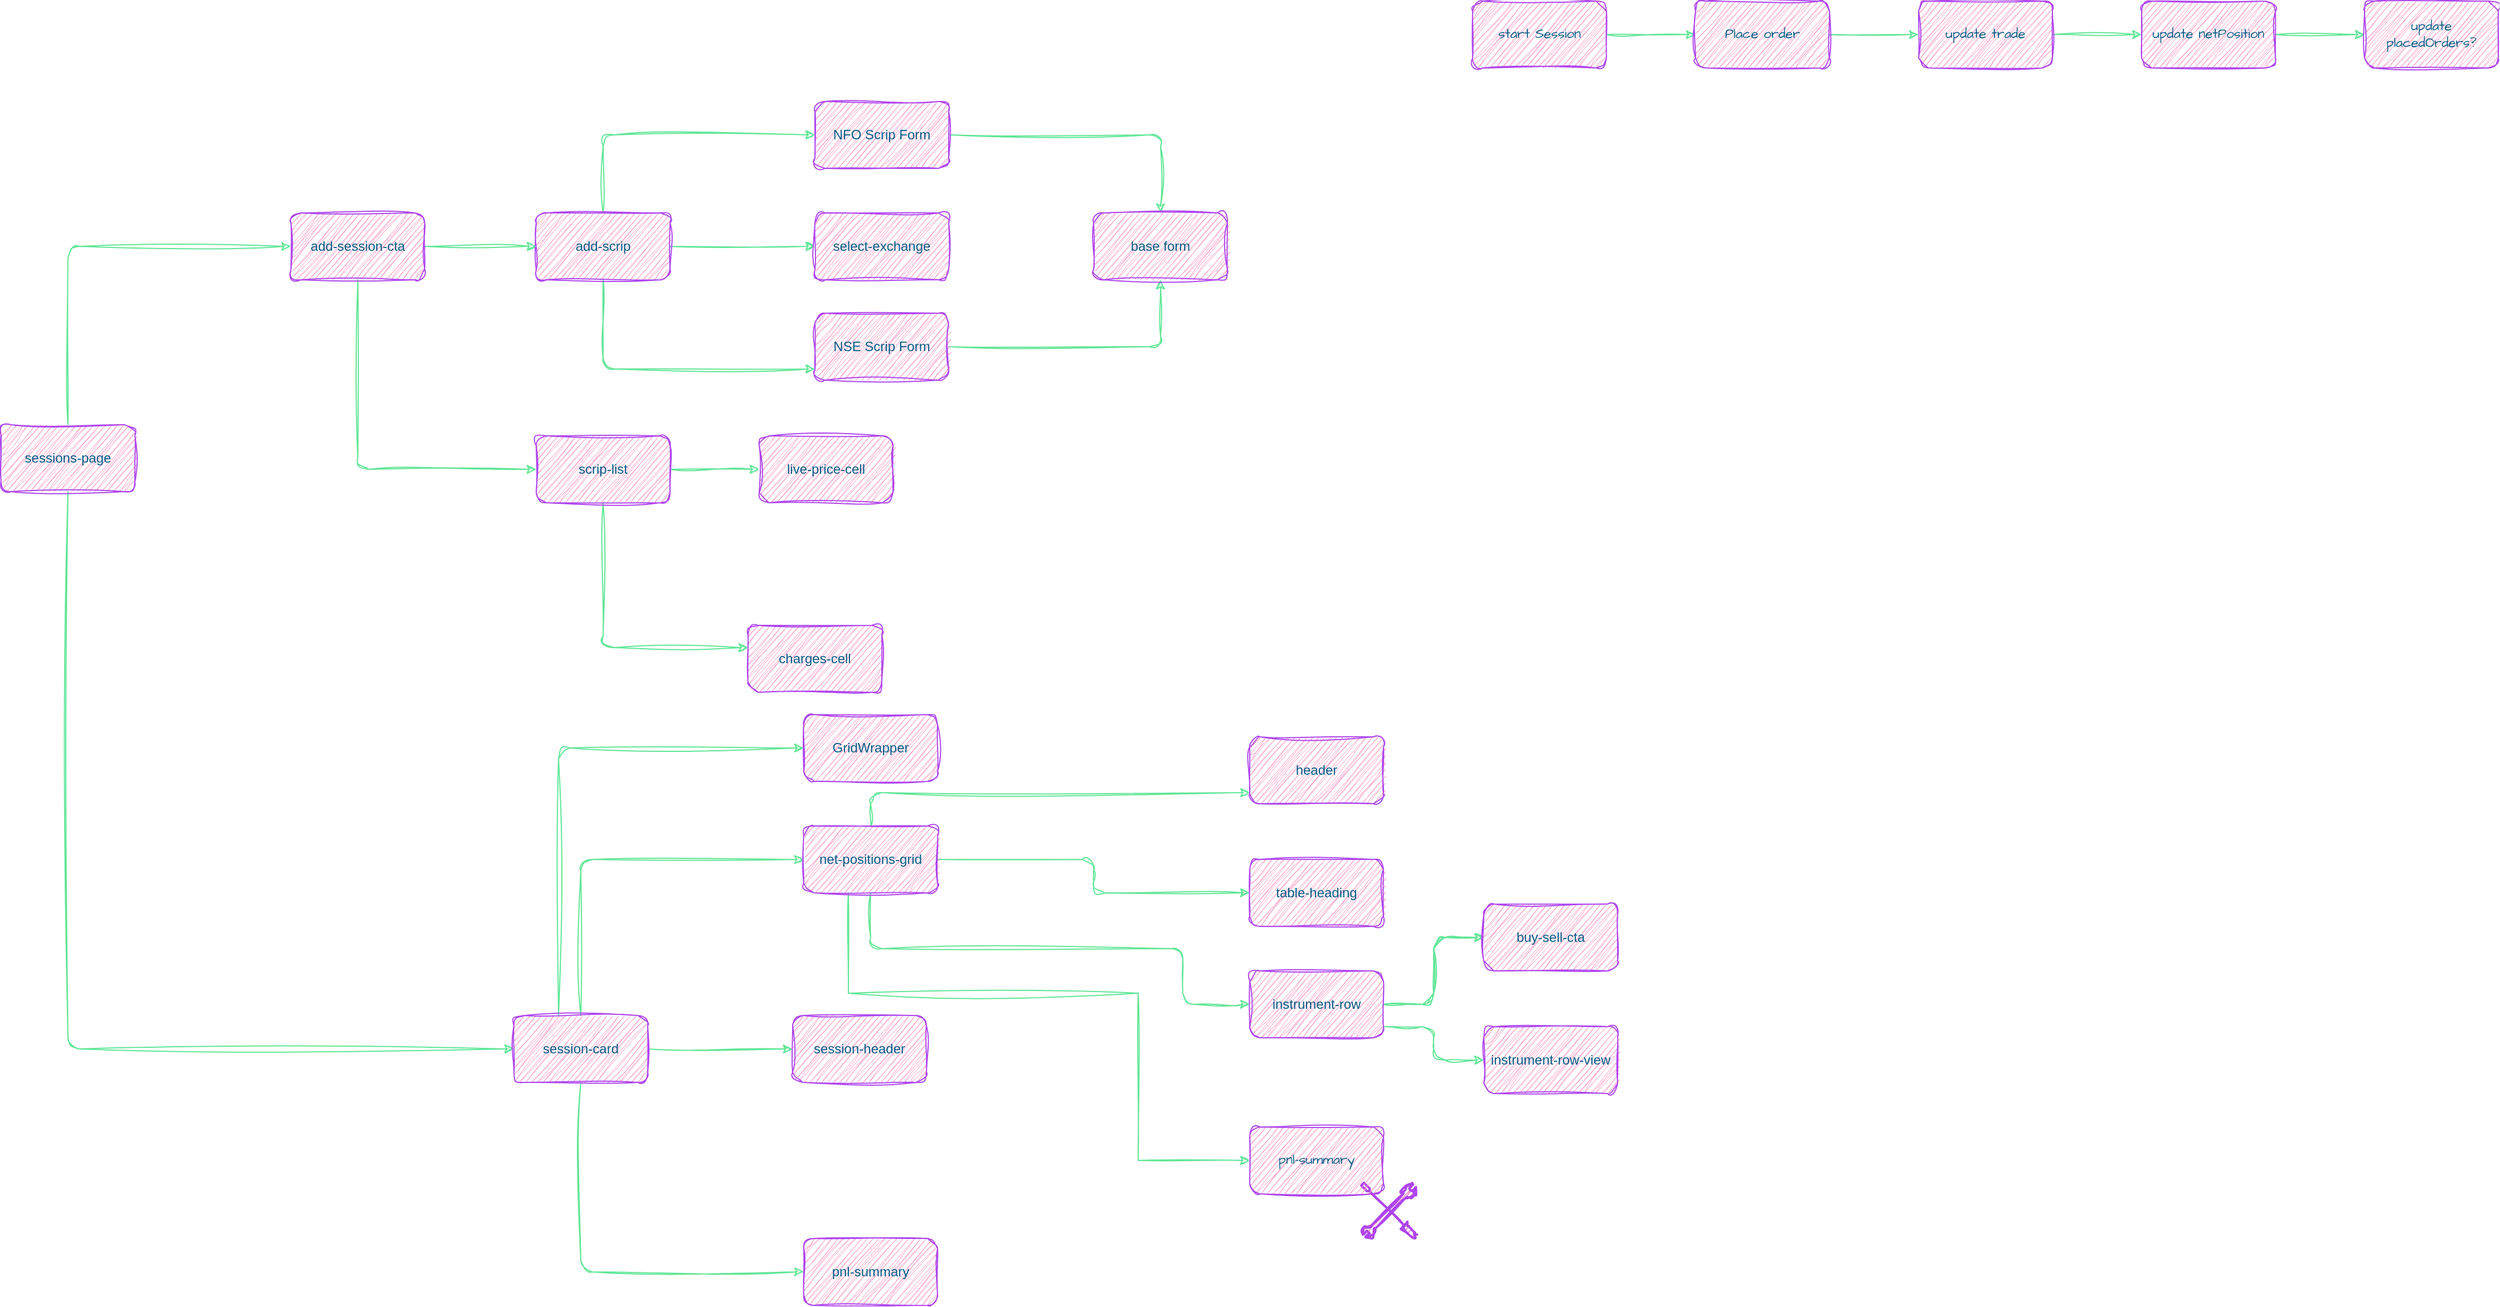
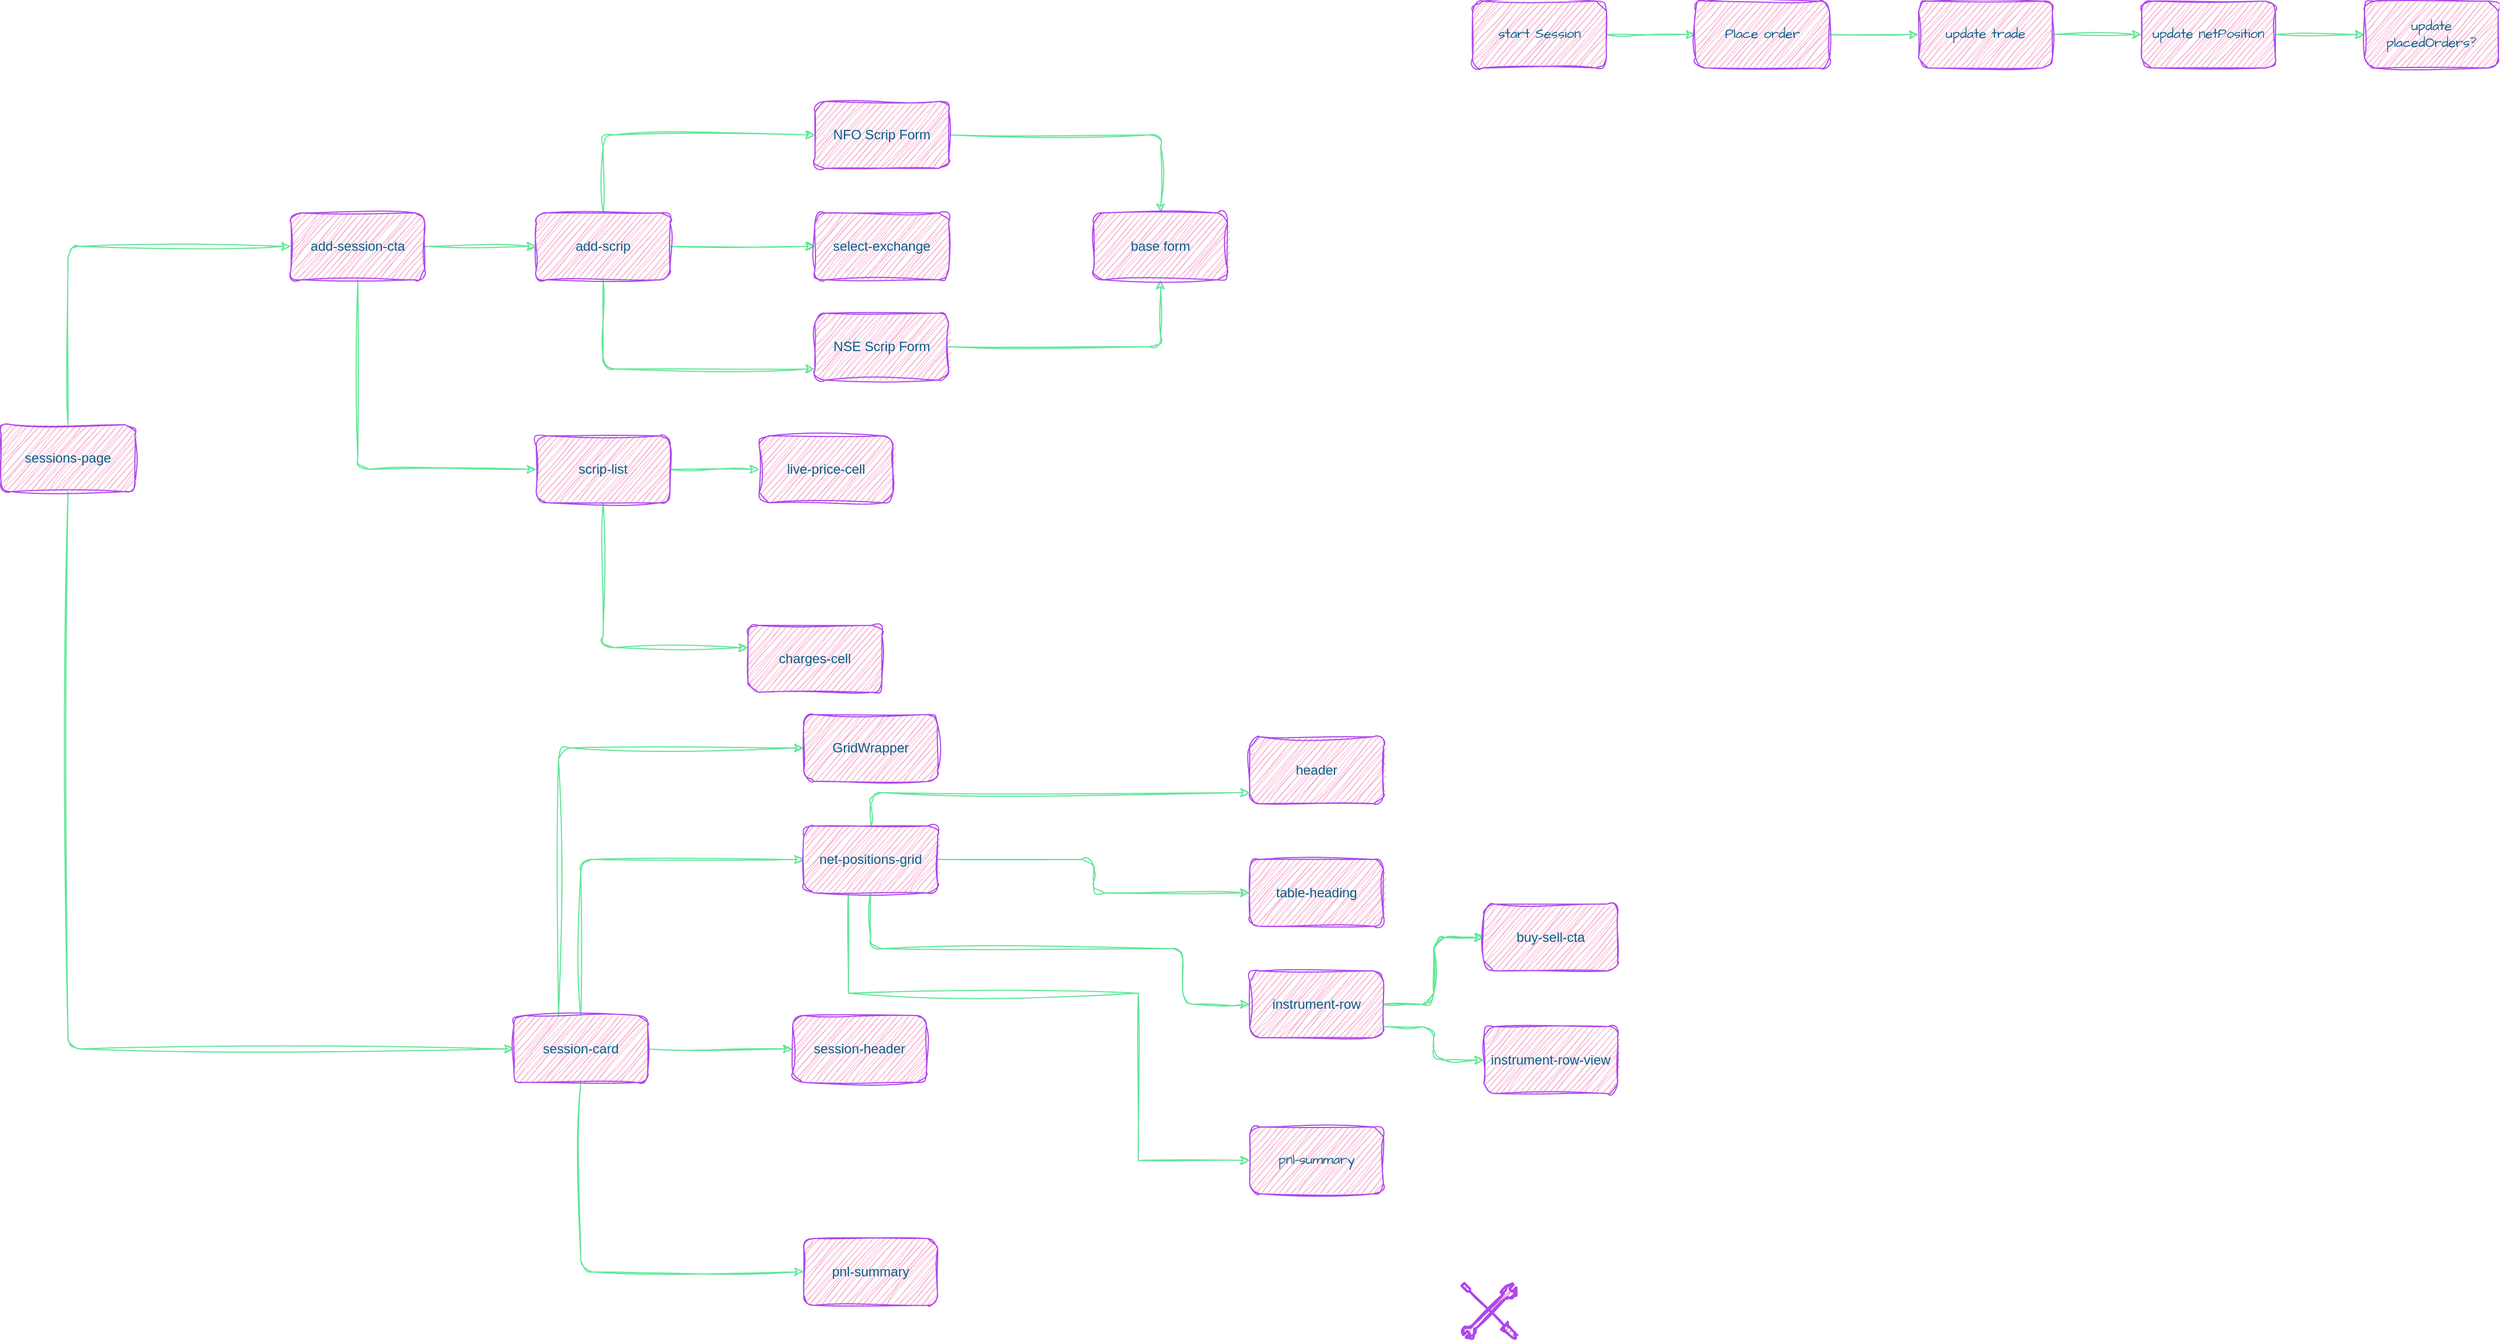
<mxfile host="app.diagrams.net" pages="5">
  <diagram id="wPQbEJP3DVO_ncDqMHqx" name="Sessions Page">
-     <mxGraphModel dx="1757" dy="1026" grid="1" gridSize="10" guides="1" tooltips="1" connect="1" arrows="1" fold="1" page="0" pageScale="1" pageWidth="402" pageHeight="874" math="0" shadow="0">
+     <mxGraphModel dx="2395" dy="1443" grid="1" gridSize="10" guides="1" tooltips="1" connect="1" arrows="1" fold="1" page="0" pageScale="1" pageWidth="402" pageHeight="874" math="0" shadow="0">
      <root>
        <mxCell id="0" />
        <mxCell id="1" parent="0" />
        <mxCell id="DB1AKVm6qyutKQlFYAWD-6" edge="1" parent="1" source="DB1AKVm6qyutKQlFYAWD-1" style="edgeStyle=orthogonalEdgeStyle;rounded=1;orthogonalLoop=1;jettySize=auto;html=1;sketch=1;curveFitting=1;jiggle=2;labelBackgroundColor=none;fontColor=default;strokeColor=#60E696;" target="DB1AKVm6qyutKQlFYAWD-5" value="">
          <mxGeometry relative="1" as="geometry" />
        </mxCell>
        <mxCell id="DB1AKVm6qyutKQlFYAWD-8" edge="1" parent="1" source="DB1AKVm6qyutKQlFYAWD-1" style="edgeStyle=orthogonalEdgeStyle;rounded=1;orthogonalLoop=1;jettySize=auto;html=1;sketch=1;curveFitting=1;jiggle=2;labelBackgroundColor=none;fontColor=default;strokeColor=#60E696;" target="DB1AKVm6qyutKQlFYAWD-7" value="">
          <mxGeometry relative="1" as="geometry">
            <Array as="points">
              <mxPoint x="120" y="270" />
            </Array>
          </mxGeometry>
        </mxCell>
        <mxCell id="DB1AKVm6qyutKQlFYAWD-10" edge="1" parent="1" source="DB1AKVm6qyutKQlFYAWD-1" style="edgeStyle=orthogonalEdgeStyle;rounded=1;orthogonalLoop=1;jettySize=auto;html=1;sketch=1;curveFitting=1;jiggle=2;labelBackgroundColor=none;fontColor=default;strokeColor=#60E696;" target="DB1AKVm6qyutKQlFYAWD-9" value="">
          <mxGeometry relative="1" as="geometry">
            <Array as="points">
              <mxPoint x="120" y="60" />
            </Array>
          </mxGeometry>
        </mxCell>
        <mxCell id="DB1AKVm6qyutKQlFYAWD-1" parent="1" style="rounded=1;whiteSpace=wrap;html=1;sketch=1;curveFitting=1;jiggle=2;labelBackgroundColor=none;fillColor=#F694C1;strokeColor=#AF45ED;fontColor=#095C86;" value="add-scrip" vertex="1">
          <mxGeometry height="60" width="120" x="60" y="130" as="geometry" />
        </mxCell>
        <mxCell id="DB1AKVm6qyutKQlFYAWD-4" edge="1" parent="1" source="DB1AKVm6qyutKQlFYAWD-3" style="edgeStyle=orthogonalEdgeStyle;rounded=1;orthogonalLoop=1;jettySize=auto;html=1;sketch=1;curveFitting=1;jiggle=2;labelBackgroundColor=none;fontColor=default;strokeColor=#60E696;" target="DB1AKVm6qyutKQlFYAWD-1" value="">
          <mxGeometry relative="1" as="geometry" />
        </mxCell>
        <mxCell id="DB1AKVm6qyutKQlFYAWD-12" edge="1" parent="1" source="DB1AKVm6qyutKQlFYAWD-3" style="edgeStyle=orthogonalEdgeStyle;rounded=1;orthogonalLoop=1;jettySize=auto;html=1;sketch=1;curveFitting=1;jiggle=2;labelBackgroundColor=none;fontColor=default;strokeColor=#60E696;" target="DB1AKVm6qyutKQlFYAWD-11" value="">
          <mxGeometry relative="1" as="geometry">
            <Array as="points">
              <mxPoint x="-100" y="360" />
            </Array>
          </mxGeometry>
        </mxCell>
        <mxCell id="DB1AKVm6qyutKQlFYAWD-3" parent="1" style="rounded=1;whiteSpace=wrap;html=1;sketch=1;curveFitting=1;jiggle=2;labelBackgroundColor=none;fillColor=#F694C1;strokeColor=#AF45ED;fontColor=#095C86;" value="add-session-cta" vertex="1">
          <mxGeometry height="60" width="120" x="-160" y="130" as="geometry" />
        </mxCell>
        <mxCell id="DB1AKVm6qyutKQlFYAWD-5" parent="1" style="whiteSpace=wrap;html=1;rounded=1;sketch=1;curveFitting=1;jiggle=2;labelBackgroundColor=none;fillColor=#F694C1;strokeColor=#AF45ED;fontColor=#095C86;" value="select-exchange" vertex="1">
          <mxGeometry height="60" width="120" x="310" y="130" as="geometry" />
        </mxCell>
        <mxCell id="ouMAoqMrmdJ_XqpmxOQB-3" edge="1" parent="1" source="DB1AKVm6qyutKQlFYAWD-7" style="edgeStyle=orthogonalEdgeStyle;rounded=1;sketch=1;hachureGap=4;jiggle=2;curveFitting=1;orthogonalLoop=1;jettySize=auto;html=1;fontFamily=Architects Daughter;fontSource=https%3A%2F%2Ffonts.googleapis.com%2Fcss%3Ffamily%3DArchitects%2BDaughter;labelBackgroundColor=none;fontColor=default;strokeColor=#60E696;" target="ouMAoqMrmdJ_XqpmxOQB-1">
          <mxGeometry relative="1" as="geometry" />
        </mxCell>
        <mxCell id="DB1AKVm6qyutKQlFYAWD-7" parent="1" style="whiteSpace=wrap;html=1;rounded=1;sketch=1;curveFitting=1;jiggle=2;labelBackgroundColor=none;fillColor=#F694C1;strokeColor=#AF45ED;fontColor=#095C86;" value="NSE Scrip Form" vertex="1">
          <mxGeometry height="60" width="120" x="310" y="220" as="geometry" />
        </mxCell>
        <mxCell id="ouMAoqMrmdJ_XqpmxOQB-2" edge="1" parent="1" source="DB1AKVm6qyutKQlFYAWD-9" style="edgeStyle=orthogonalEdgeStyle;rounded=1;sketch=1;hachureGap=4;jiggle=2;curveFitting=1;orthogonalLoop=1;jettySize=auto;html=1;fontFamily=Architects Daughter;fontSource=https%3A%2F%2Ffonts.googleapis.com%2Fcss%3Ffamily%3DArchitects%2BDaughter;labelBackgroundColor=none;fontColor=default;strokeColor=#60E696;" target="ouMAoqMrmdJ_XqpmxOQB-1" value="">
          <mxGeometry relative="1" as="geometry" />
        </mxCell>
        <mxCell id="DB1AKVm6qyutKQlFYAWD-9" parent="1" style="whiteSpace=wrap;html=1;rounded=1;sketch=1;curveFitting=1;jiggle=2;labelBackgroundColor=none;fillColor=#F694C1;strokeColor=#AF45ED;fontColor=#095C86;" value="NFO Scrip Form" vertex="1">
          <mxGeometry height="60" width="120" x="310" y="30" as="geometry" />
        </mxCell>
        <mxCell id="ouMAoqMrmdJ_XqpmxOQB-15" edge="1" parent="1" source="DB1AKVm6qyutKQlFYAWD-11" style="edgeStyle=orthogonalEdgeStyle;rounded=1;sketch=1;hachureGap=4;jiggle=2;curveFitting=1;orthogonalLoop=1;jettySize=auto;html=1;fontFamily=Architects Daughter;fontSource=https%3A%2F%2Ffonts.googleapis.com%2Fcss%3Ffamily%3DArchitects%2BDaughter;labelBackgroundColor=none;fontColor=default;strokeColor=#60E696;" target="ouMAoqMrmdJ_XqpmxOQB-14" value="">
          <mxGeometry relative="1" as="geometry" />
        </mxCell>
        <mxCell id="ouMAoqMrmdJ_XqpmxOQB-17" edge="1" parent="1" source="DB1AKVm6qyutKQlFYAWD-11" style="edgeStyle=orthogonalEdgeStyle;rounded=1;sketch=1;hachureGap=4;jiggle=2;curveFitting=1;orthogonalLoop=1;jettySize=auto;html=1;fontFamily=Architects Daughter;fontSource=https%3A%2F%2Ffonts.googleapis.com%2Fcss%3Ffamily%3DArchitects%2BDaughter;labelBackgroundColor=none;fontColor=default;strokeColor=#60E696;" target="ouMAoqMrmdJ_XqpmxOQB-16" value="">
          <mxGeometry relative="1" as="geometry">
            <Array as="points">
              <mxPoint x="120" y="520" />
            </Array>
          </mxGeometry>
        </mxCell>
        <mxCell id="DB1AKVm6qyutKQlFYAWD-11" parent="1" style="whiteSpace=wrap;html=1;rounded=1;sketch=1;curveFitting=1;jiggle=2;labelBackgroundColor=none;fillColor=#F694C1;strokeColor=#AF45ED;fontColor=#095C86;" value="scrip-list" vertex="1">
          <mxGeometry height="60" width="120" x="60" y="330" as="geometry" />
        </mxCell>
        <mxCell id="DB1AKVm6qyutKQlFYAWD-15" edge="1" parent="1" source="DB1AKVm6qyutKQlFYAWD-14" style="edgeStyle=orthogonalEdgeStyle;rounded=1;sketch=1;hachureGap=4;jiggle=2;curveFitting=1;orthogonalLoop=1;jettySize=auto;html=1;entryX=0;entryY=0.5;entryDx=0;entryDy=0;fontFamily=Architects Daughter;fontSource=https%3A%2F%2Ffonts.googleapis.com%2Fcss%3Ffamily%3DArchitects%2BDaughter;fontColor=default;labelBackgroundColor=none;strokeColor=#60E696;" target="DB1AKVm6qyutKQlFYAWD-3">
          <mxGeometry relative="1" as="geometry">
            <Array as="points">
              <mxPoint x="-360" y="160" />
            </Array>
          </mxGeometry>
        </mxCell>
        <mxCell id="ouMAoqMrmdJ_XqpmxOQB-28" edge="1" parent="1" source="DB1AKVm6qyutKQlFYAWD-14" style="edgeStyle=orthogonalEdgeStyle;rounded=1;sketch=1;hachureGap=4;jiggle=2;curveFitting=1;orthogonalLoop=1;jettySize=auto;html=1;entryX=0;entryY=0.5;entryDx=0;entryDy=0;fontFamily=Architects Daughter;fontSource=https%3A%2F%2Ffonts.googleapis.com%2Fcss%3Ffamily%3DArchitects%2BDaughter;labelBackgroundColor=none;fontColor=default;strokeColor=#60E696;" target="ouMAoqMrmdJ_XqpmxOQB-19">
          <mxGeometry relative="1" as="geometry">
            <Array as="points">
              <mxPoint x="-360" y="880" />
            </Array>
          </mxGeometry>
        </mxCell>
        <mxCell id="DB1AKVm6qyutKQlFYAWD-14" parent="1" style="rounded=1;whiteSpace=wrap;html=1;sketch=1;curveFitting=1;jiggle=2;labelBackgroundColor=none;fillColor=#F694C1;strokeColor=#AF45ED;fontColor=#095C86;" value="sessions-page" vertex="1">
          <mxGeometry height="60" width="120" x="-420" y="320" as="geometry" />
        </mxCell>
        <mxCell id="ouMAoqMrmdJ_XqpmxOQB-1" parent="1" style="whiteSpace=wrap;html=1;rounded=1;sketch=1;curveFitting=1;jiggle=2;labelBackgroundColor=none;fillColor=#F694C1;strokeColor=#AF45ED;fontColor=#095C86;" value="base form" vertex="1">
          <mxGeometry height="60" width="120" x="560" y="130" as="geometry" />
        </mxCell>
        <mxCell id="ouMAoqMrmdJ_XqpmxOQB-6" edge="1" parent="1" source="ouMAoqMrmdJ_XqpmxOQB-4" style="edgeStyle=orthogonalEdgeStyle;rounded=1;sketch=1;hachureGap=4;jiggle=2;curveFitting=1;orthogonalLoop=1;jettySize=auto;html=1;fontFamily=Architects Daughter;fontSource=https%3A%2F%2Ffonts.googleapis.com%2Fcss%3Ffamily%3DArchitects%2BDaughter;labelBackgroundColor=none;fontColor=default;strokeColor=#60E696;" target="ouMAoqMrmdJ_XqpmxOQB-5" value="">
          <mxGeometry relative="1" as="geometry" />
        </mxCell>
        <mxCell id="ouMAoqMrmdJ_XqpmxOQB-4" parent="1" style="whiteSpace=wrap;html=1;sketch=1;hachureGap=4;jiggle=2;curveFitting=1;fontFamily=Architects Daughter;fontSource=https%3A%2F%2Ffonts.googleapis.com%2Fcss%3Ffamily%3DArchitects%2BDaughter;labelBackgroundColor=none;rounded=1;fillColor=#F694C1;strokeColor=#AF45ED;fontColor=#095C86;" value="start Session" vertex="1">
          <mxGeometry height="60" width="120" x="900" y="-60" as="geometry" />
        </mxCell>
        <mxCell id="ouMAoqMrmdJ_XqpmxOQB-8" edge="1" parent="1" source="ouMAoqMrmdJ_XqpmxOQB-5" style="edgeStyle=orthogonalEdgeStyle;rounded=1;sketch=1;hachureGap=4;jiggle=2;curveFitting=1;orthogonalLoop=1;jettySize=auto;html=1;fontFamily=Architects Daughter;fontSource=https%3A%2F%2Ffonts.googleapis.com%2Fcss%3Ffamily%3DArchitects%2BDaughter;labelBackgroundColor=none;fontColor=default;strokeColor=#60E696;" target="ouMAoqMrmdJ_XqpmxOQB-7" value="">
          <mxGeometry relative="1" as="geometry" />
        </mxCell>
        <mxCell id="ouMAoqMrmdJ_XqpmxOQB-5" parent="1" style="whiteSpace=wrap;html=1;fontFamily=Architects Daughter;sketch=1;hachureGap=4;jiggle=2;curveFitting=1;fontSource=https%3A%2F%2Ffonts.googleapis.com%2Fcss%3Ffamily%3DArchitects%2BDaughter;labelBackgroundColor=none;rounded=1;fillColor=#F694C1;strokeColor=#AF45ED;fontColor=#095C86;" value="Place order" vertex="1">
          <mxGeometry height="60" width="120" x="1100" y="-60" as="geometry" />
        </mxCell>
        <mxCell id="ouMAoqMrmdJ_XqpmxOQB-10" edge="1" parent="1" source="ouMAoqMrmdJ_XqpmxOQB-7" style="edgeStyle=orthogonalEdgeStyle;rounded=1;sketch=1;hachureGap=4;jiggle=2;curveFitting=1;orthogonalLoop=1;jettySize=auto;html=1;fontFamily=Architects Daughter;fontSource=https%3A%2F%2Ffonts.googleapis.com%2Fcss%3Ffamily%3DArchitects%2BDaughter;labelBackgroundColor=none;fontColor=default;strokeColor=#60E696;" target="ouMAoqMrmdJ_XqpmxOQB-9" value="">
          <mxGeometry relative="1" as="geometry" />
        </mxCell>
        <mxCell id="ouMAoqMrmdJ_XqpmxOQB-7" parent="1" style="whiteSpace=wrap;html=1;fontFamily=Architects Daughter;sketch=1;hachureGap=4;jiggle=2;curveFitting=1;fontSource=https%3A%2F%2Ffonts.googleapis.com%2Fcss%3Ffamily%3DArchitects%2BDaughter;labelBackgroundColor=none;rounded=1;fillColor=#F694C1;strokeColor=#AF45ED;fontColor=#095C86;" value="update trade" vertex="1">
          <mxGeometry height="60" width="120" x="1300" y="-60" as="geometry" />
        </mxCell>
        <mxCell id="ouMAoqMrmdJ_XqpmxOQB-12" edge="1" parent="1" source="ouMAoqMrmdJ_XqpmxOQB-9" style="edgeStyle=orthogonalEdgeStyle;rounded=1;sketch=1;hachureGap=4;jiggle=2;curveFitting=1;orthogonalLoop=1;jettySize=auto;html=1;fontFamily=Architects Daughter;fontSource=https%3A%2F%2Ffonts.googleapis.com%2Fcss%3Ffamily%3DArchitects%2BDaughter;labelBackgroundColor=none;fontColor=default;strokeColor=#60E696;" target="ouMAoqMrmdJ_XqpmxOQB-11" value="">
          <mxGeometry relative="1" as="geometry" />
        </mxCell>
        <mxCell id="ouMAoqMrmdJ_XqpmxOQB-9" parent="1" style="whiteSpace=wrap;html=1;fontFamily=Architects Daughter;sketch=1;hachureGap=4;jiggle=2;curveFitting=1;fontSource=https%3A%2F%2Ffonts.googleapis.com%2Fcss%3Ffamily%3DArchitects%2BDaughter;labelBackgroundColor=none;rounded=1;fillColor=#F694C1;strokeColor=#AF45ED;fontColor=#095C86;" value="update netPosition" vertex="1">
          <mxGeometry height="60" width="120" x="1500" y="-60" as="geometry" />
        </mxCell>
        <mxCell id="ouMAoqMrmdJ_XqpmxOQB-11" parent="1" style="whiteSpace=wrap;html=1;fontFamily=Architects Daughter;sketch=1;hachureGap=4;jiggle=2;curveFitting=1;fontSource=https%3A%2F%2Ffonts.googleapis.com%2Fcss%3Ffamily%3DArchitects%2BDaughter;labelBackgroundColor=none;rounded=1;fillColor=#F694C1;strokeColor=#AF45ED;fontColor=#095C86;" value="update placedOrders?" vertex="1">
          <mxGeometry height="60" width="120" x="1700" y="-60" as="geometry" />
        </mxCell>
        <mxCell id="ouMAoqMrmdJ_XqpmxOQB-13" parent="1" style="html=1;verticalLabelPosition=bottom;align=center;labelBackgroundColor=none;verticalAlign=top;strokeWidth=2;shadow=0;dashed=0;shape=mxgraph.ios7.icons.tools;pointerEvents=1;sketch=1;hachureGap=4;jiggle=2;curveFitting=1;fontFamily=Architects Daughter;fontSource=https%3A%2F%2Ffonts.googleapis.com%2Fcss%3Ffamily%3DArchitects%2BDaughter;rounded=1;fillColor=#F694C1;strokeColor=#AF45ED;fontColor=#095C86;" value="" vertex="1">
-           <mxGeometry height="50" width="50" x="800" y="1000" as="geometry" />
+           <mxGeometry height="50" width="50" x="890" y="1090" as="geometry" />
        </mxCell>
        <mxCell id="ouMAoqMrmdJ_XqpmxOQB-14" parent="1" style="whiteSpace=wrap;html=1;rounded=1;sketch=1;curveFitting=1;jiggle=2;labelBackgroundColor=none;fillColor=#F694C1;strokeColor=#AF45ED;fontColor=#095C86;" value="live-price-cell" vertex="1">
          <mxGeometry height="60" width="120" x="260" y="330" as="geometry" />
        </mxCell>
        <mxCell id="ouMAoqMrmdJ_XqpmxOQB-16" parent="1" style="whiteSpace=wrap;html=1;rounded=1;sketch=1;curveFitting=1;jiggle=2;labelBackgroundColor=none;fillColor=#F694C1;strokeColor=#AF45ED;fontColor=#095C86;" value="charges-cell" vertex="1">
          <mxGeometry height="60" width="120" x="250" y="500" as="geometry" />
        </mxCell>
        <mxCell id="ouMAoqMrmdJ_XqpmxOQB-22" edge="1" parent="1" source="ouMAoqMrmdJ_XqpmxOQB-19" style="edgeStyle=orthogonalEdgeStyle;rounded=1;sketch=1;hachureGap=4;jiggle=2;curveFitting=1;orthogonalLoop=1;jettySize=auto;html=1;fontFamily=Architects Daughter;fontSource=https%3A%2F%2Ffonts.googleapis.com%2Fcss%3Ffamily%3DArchitects%2BDaughter;labelBackgroundColor=none;fontColor=default;strokeColor=#60E696;" target="ouMAoqMrmdJ_XqpmxOQB-21" value="">
          <mxGeometry relative="1" as="geometry" />
        </mxCell>
        <mxCell id="ouMAoqMrmdJ_XqpmxOQB-25" edge="1" parent="1" source="ouMAoqMrmdJ_XqpmxOQB-19" style="edgeStyle=orthogonalEdgeStyle;rounded=1;sketch=1;hachureGap=4;jiggle=2;curveFitting=1;orthogonalLoop=1;jettySize=auto;html=1;entryX=0;entryY=0.5;entryDx=0;entryDy=0;fontFamily=Architects Daughter;fontSource=https%3A%2F%2Ffonts.googleapis.com%2Fcss%3Ffamily%3DArchitects%2BDaughter;labelBackgroundColor=none;fontColor=default;strokeColor=#60E696;" target="ouMAoqMrmdJ_XqpmxOQB-23">
          <mxGeometry relative="1" as="geometry">
            <Array as="points">
              <mxPoint x="100" y="710" />
            </Array>
          </mxGeometry>
        </mxCell>
        <mxCell id="ouMAoqMrmdJ_XqpmxOQB-27" edge="1" parent="1" source="ouMAoqMrmdJ_XqpmxOQB-19" style="edgeStyle=orthogonalEdgeStyle;rounded=1;sketch=1;hachureGap=4;jiggle=2;curveFitting=1;orthogonalLoop=1;jettySize=auto;html=1;fontFamily=Architects Daughter;fontSource=https%3A%2F%2Ffonts.googleapis.com%2Fcss%3Ffamily%3DArchitects%2BDaughter;labelBackgroundColor=none;fontColor=default;strokeColor=#60E696;" target="ouMAoqMrmdJ_XqpmxOQB-26" value="">
          <mxGeometry relative="1" as="geometry">
            <Array as="points">
              <mxPoint x="100" y="1080" />
            </Array>
          </mxGeometry>
        </mxCell>
        <mxCell id="ouMAoqMrmdJ_XqpmxOQB-30" edge="1" parent="1" source="ouMAoqMrmdJ_XqpmxOQB-19" style="edgeStyle=orthogonalEdgeStyle;rounded=1;sketch=1;hachureGap=4;jiggle=2;curveFitting=1;orthogonalLoop=1;jettySize=auto;html=1;fontFamily=Architects Daughter;fontSource=https%3A%2F%2Ffonts.googleapis.com%2Fcss%3Ffamily%3DArchitects%2BDaughter;fontColor=default;labelBackgroundColor=none;strokeColor=#60E696;" target="ouMAoqMrmdJ_XqpmxOQB-29" value="">
          <mxGeometry relative="1" as="geometry">
            <Array as="points">
              <mxPoint x="80" y="610" />
            </Array>
          </mxGeometry>
        </mxCell>
        <mxCell id="ouMAoqMrmdJ_XqpmxOQB-19" parent="1" style="whiteSpace=wrap;html=1;rounded=1;sketch=1;curveFitting=1;jiggle=2;labelBackgroundColor=none;fillColor=#F694C1;strokeColor=#AF45ED;fontColor=#095C86;" value="session-card" vertex="1">
          <mxGeometry height="60" width="120" x="40" y="850" as="geometry" />
        </mxCell>
        <mxCell id="ouMAoqMrmdJ_XqpmxOQB-21" parent="1" style="whiteSpace=wrap;html=1;rounded=1;sketch=1;curveFitting=1;jiggle=2;labelBackgroundColor=none;fillColor=#F694C1;strokeColor=#AF45ED;fontColor=#095C86;" value="session-header" vertex="1">
          <mxGeometry height="60" width="120" x="290" y="850" as="geometry" />
        </mxCell>
        <mxCell id="ouMAoqMrmdJ_XqpmxOQB-32" edge="1" parent="1" source="ouMAoqMrmdJ_XqpmxOQB-23" style="edgeStyle=orthogonalEdgeStyle;rounded=1;sketch=1;hachureGap=4;jiggle=2;curveFitting=1;orthogonalLoop=1;jettySize=auto;html=1;fontFamily=Architects Daughter;fontSource=https%3A%2F%2Ffonts.googleapis.com%2Fcss%3Ffamily%3DArchitects%2BDaughter;fontColor=default;labelBackgroundColor=none;strokeColor=#60E696;" target="ouMAoqMrmdJ_XqpmxOQB-31" value="">
          <mxGeometry relative="1" as="geometry">
            <Array as="points">
              <mxPoint x="360" y="650" />
            </Array>
          </mxGeometry>
        </mxCell>
        <mxCell id="ouMAoqMrmdJ_XqpmxOQB-34" edge="1" parent="1" source="ouMAoqMrmdJ_XqpmxOQB-23" style="edgeStyle=orthogonalEdgeStyle;rounded=1;sketch=1;hachureGap=4;jiggle=2;curveFitting=1;orthogonalLoop=1;jettySize=auto;html=1;fontFamily=Architects Daughter;fontSource=https%3A%2F%2Ffonts.googleapis.com%2Fcss%3Ffamily%3DArchitects%2BDaughter;fontColor=default;labelBackgroundColor=none;strokeColor=#60E696;" target="ouMAoqMrmdJ_XqpmxOQB-33" value="">
          <mxGeometry relative="1" as="geometry" />
        </mxCell>
        <mxCell id="ouMAoqMrmdJ_XqpmxOQB-38" edge="1" parent="1" source="ouMAoqMrmdJ_XqpmxOQB-23" style="edgeStyle=orthogonalEdgeStyle;rounded=1;sketch=1;hachureGap=4;jiggle=2;curveFitting=1;orthogonalLoop=1;jettySize=auto;html=1;fontFamily=Architects Daughter;fontSource=https%3A%2F%2Ffonts.googleapis.com%2Fcss%3Ffamily%3DArchitects%2BDaughter;fontColor=default;labelBackgroundColor=none;strokeColor=#60E696;" target="ouMAoqMrmdJ_XqpmxOQB-37" value="">
          <mxGeometry relative="1" as="geometry">
            <Array as="points">
              <mxPoint x="360" y="790" />
              <mxPoint x="640" y="790" />
            </Array>
          </mxGeometry>
        </mxCell>
        <mxCell id="eX8Cx5BNWnft2gzvnQZb-2" edge="1" parent="1" source="ouMAoqMrmdJ_XqpmxOQB-23" style="edgeStyle=orthogonalEdgeStyle;rounded=0;sketch=1;hachureGap=4;jiggle=2;curveFitting=1;orthogonalLoop=1;jettySize=auto;html=1;fontFamily=Architects Daughter;fontSource=https%3A%2F%2Ffonts.googleapis.com%2Fcss%3Ffamily%3DArchitects%2BDaughter;entryX=0;entryY=0.5;entryDx=0;entryDy=0;labelBackgroundColor=none;fontColor=default;strokeColor=#60E696;" target="eX8Cx5BNWnft2gzvnQZb-3">
          <mxGeometry relative="1" as="geometry">
            <Array as="points">
              <mxPoint x="340" y="830" />
              <mxPoint x="600" y="830" />
              <mxPoint x="600" y="980" />
            </Array>
            <mxPoint x="600" y="1010" as="targetPoint" />
          </mxGeometry>
        </mxCell>
        <mxCell id="ouMAoqMrmdJ_XqpmxOQB-23" parent="1" style="whiteSpace=wrap;html=1;rounded=1;sketch=1;curveFitting=1;jiggle=2;labelBackgroundColor=none;fillColor=#F694C1;strokeColor=#AF45ED;fontColor=#095C86;" value="net-positions-grid" vertex="1">
          <mxGeometry height="60" width="120" x="300" y="680" as="geometry" />
        </mxCell>
        <mxCell id="ouMAoqMrmdJ_XqpmxOQB-26" parent="1" style="whiteSpace=wrap;html=1;rounded=1;sketch=1;curveFitting=1;jiggle=2;labelBackgroundColor=none;fillColor=#F694C1;strokeColor=#AF45ED;fontColor=#095C86;" value="pnl-summary" vertex="1">
          <mxGeometry height="60" width="120" x="300" y="1050" as="geometry" />
        </mxCell>
        <mxCell id="ouMAoqMrmdJ_XqpmxOQB-29" parent="1" style="whiteSpace=wrap;html=1;rounded=1;sketch=1;curveFitting=1;jiggle=2;labelBackgroundColor=none;fillColor=#F694C1;strokeColor=#AF45ED;fontColor=#095C86;" value="GridWrapper" vertex="1">
          <mxGeometry height="60" width="120" x="300" y="580" as="geometry" />
        </mxCell>
        <mxCell id="ouMAoqMrmdJ_XqpmxOQB-31" parent="1" style="whiteSpace=wrap;html=1;rounded=1;sketch=1;curveFitting=1;jiggle=2;labelBackgroundColor=none;fillColor=#F694C1;strokeColor=#AF45ED;fontColor=#095C86;" value="header" vertex="1">
          <mxGeometry height="60" width="120" x="700" y="600" as="geometry" />
        </mxCell>
        <mxCell id="ouMAoqMrmdJ_XqpmxOQB-33" parent="1" style="whiteSpace=wrap;html=1;rounded=1;sketch=1;curveFitting=1;jiggle=2;labelBackgroundColor=none;fillColor=#F694C1;strokeColor=#AF45ED;fontColor=#095C86;" value="table-heading" vertex="1">
          <mxGeometry height="60" width="120" x="700" y="710" as="geometry" />
        </mxCell>
        <mxCell id="ouMAoqMrmdJ_XqpmxOQB-40" edge="1" parent="1" source="ouMAoqMrmdJ_XqpmxOQB-37" style="edgeStyle=orthogonalEdgeStyle;rounded=1;sketch=1;hachureGap=4;jiggle=2;curveFitting=1;orthogonalLoop=1;jettySize=auto;html=1;fontFamily=Architects Daughter;fontSource=https%3A%2F%2Ffonts.googleapis.com%2Fcss%3Ffamily%3DArchitects%2BDaughter;fontColor=default;labelBackgroundColor=none;strokeColor=#60E696;" target="ouMAoqMrmdJ_XqpmxOQB-39" value="">
          <mxGeometry relative="1" as="geometry" />
        </mxCell>
        <mxCell id="ouMAoqMrmdJ_XqpmxOQB-41" edge="1" parent="1" source="ouMAoqMrmdJ_XqpmxOQB-37" style="edgeStyle=orthogonalEdgeStyle;rounded=1;sketch=1;hachureGap=4;jiggle=2;curveFitting=1;orthogonalLoop=1;jettySize=auto;html=1;fontFamily=Architects Daughter;fontSource=https%3A%2F%2Ffonts.googleapis.com%2Fcss%3Ffamily%3DArchitects%2BDaughter;fontColor=default;labelBackgroundColor=none;strokeColor=#60E696;" target="ouMAoqMrmdJ_XqpmxOQB-39" value="">
          <mxGeometry relative="1" as="geometry" />
        </mxCell>
        <mxCell id="ouMAoqMrmdJ_XqpmxOQB-43" edge="1" parent="1" source="ouMAoqMrmdJ_XqpmxOQB-37" style="edgeStyle=orthogonalEdgeStyle;rounded=1;sketch=1;hachureGap=4;jiggle=2;curveFitting=1;orthogonalLoop=1;jettySize=auto;html=1;fontFamily=Architects Daughter;fontSource=https%3A%2F%2Ffonts.googleapis.com%2Fcss%3Ffamily%3DArchitects%2BDaughter;fontColor=default;labelBackgroundColor=none;strokeColor=#60E696;" target="ouMAoqMrmdJ_XqpmxOQB-42" value="">
          <mxGeometry relative="1" as="geometry">
            <Array as="points">
              <mxPoint x="865" y="860" />
              <mxPoint x="865" y="890" />
            </Array>
          </mxGeometry>
        </mxCell>
        <mxCell id="ouMAoqMrmdJ_XqpmxOQB-37" parent="1" style="whiteSpace=wrap;html=1;rounded=1;sketch=1;curveFitting=1;jiggle=2;labelBackgroundColor=none;fillColor=#F694C1;strokeColor=#AF45ED;fontColor=#095C86;" value="instrument-row" vertex="1">
          <mxGeometry height="60" width="120" x="700" y="810" as="geometry" />
        </mxCell>
        <mxCell id="ouMAoqMrmdJ_XqpmxOQB-39" parent="1" style="whiteSpace=wrap;html=1;rounded=1;sketch=1;curveFitting=1;jiggle=2;labelBackgroundColor=none;fillColor=#F694C1;strokeColor=#AF45ED;fontColor=#095C86;" value="buy-sell-cta" vertex="1">
          <mxGeometry height="60" width="120" x="910" y="750" as="geometry" />
        </mxCell>
        <mxCell id="ouMAoqMrmdJ_XqpmxOQB-42" parent="1" style="whiteSpace=wrap;html=1;rounded=1;sketch=1;curveFitting=1;jiggle=2;labelBackgroundColor=none;fillColor=#F694C1;strokeColor=#AF45ED;fontColor=#095C86;" value="instrument-row-view" vertex="1">
          <mxGeometry height="60" width="120" x="910" y="860" as="geometry" />
        </mxCell>
        <mxCell id="eX8Cx5BNWnft2gzvnQZb-3" parent="1" style="rounded=1;whiteSpace=wrap;html=1;sketch=1;hachureGap=4;jiggle=2;curveFitting=1;fontFamily=Architects Daughter;fontSource=https%3A%2F%2Ffonts.googleapis.com%2Fcss%3Ffamily%3DArchitects%2BDaughter;labelBackgroundColor=none;fillColor=#F694C1;strokeColor=#AF45ED;fontColor=#095C86;" value="pnl-summary" vertex="1">
          <mxGeometry height="60" width="120" x="700" y="950" as="geometry" />
        </mxCell>
      </root>
    </mxGraphModel>
  </diagram>
  <diagram id="YVkBlKKJ4RNEtawBKbZk" name="Session">
    <mxGraphModel dx="1357" dy="626" grid="1" gridSize="10" guides="1" tooltips="1" connect="1" arrows="1" fold="1" page="0" pageScale="1" pageWidth="402" pageHeight="874" math="0" shadow="0">
      <root>
        <mxCell id="0" />
        <mxCell id="1" parent="0" />
        <mxCell id="b8iQl_XISdQ6rZ6kNcMQ-3" edge="1" parent="1" source="b8iQl_XISdQ6rZ6kNcMQ-1" style="edgeStyle=orthogonalEdgeStyle;rounded=0;orthogonalLoop=1;jettySize=auto;html=1;" target="b8iQl_XISdQ6rZ6kNcMQ-2" value="">
          <mxGeometry relative="1" as="geometry" />
        </mxCell>
        <mxCell id="b8iQl_XISdQ6rZ6kNcMQ-1" parent="1" style="rounded=1;whiteSpace=wrap;html=1;" value="start session" vertex="1">
          <mxGeometry height="60" width="120" x="-200" y="80" as="geometry" />
        </mxCell>
        <mxCell id="b8iQl_XISdQ6rZ6kNcMQ-5" edge="1" parent="1" source="b8iQl_XISdQ6rZ6kNcMQ-2" style="edgeStyle=orthogonalEdgeStyle;rounded=0;orthogonalLoop=1;jettySize=auto;html=1;" target="b8iQl_XISdQ6rZ6kNcMQ-4" value="">
          <mxGeometry relative="1" as="geometry" />
        </mxCell>
        <mxCell id="b8iQl_XISdQ6rZ6kNcMQ-2" parent="1" style="whiteSpace=wrap;html=1;rounded=1;" value="place orders&amp;nbsp;&lt;br&gt;(all or none)" vertex="1">
          <mxGeometry height="60" width="120" y="80" as="geometry" />
        </mxCell>
        <mxCell id="b8iQl_XISdQ6rZ6kNcMQ-7" edge="1" parent="1" source="b8iQl_XISdQ6rZ6kNcMQ-4" style="edgeStyle=orthogonalEdgeStyle;rounded=0;orthogonalLoop=1;jettySize=auto;html=1;" target="b8iQl_XISdQ6rZ6kNcMQ-6" value="">
          <mxGeometry relative="1" as="geometry" />
        </mxCell>
        <mxCell id="b8iQl_XISdQ6rZ6kNcMQ-4" parent="1" style="whiteSpace=wrap;html=1;rounded=1;" value="update margins" vertex="1">
          <mxGeometry height="60" width="120" x="200" y="80" as="geometry" />
        </mxCell>
        <mxCell id="b8iQl_XISdQ6rZ6kNcMQ-6" parent="1" style="whiteSpace=wrap;html=1;rounded=1;" value="create session" vertex="1">
          <mxGeometry height="60" width="120" x="200" y="200" as="geometry" />
        </mxCell>
        <mxCell id="b8iQl_XISdQ6rZ6kNcMQ-8" parent="1" style="rounded=1;whiteSpace=wrap;html=1;fillColor=#fff2cc;strokeColor=#d6b656;" value="firebase" vertex="1">
          <mxGeometry height="40" width="80" x="300" y="190" as="geometry" />
        </mxCell>
        <mxCell id="b8iQl_XISdQ6rZ6kNcMQ-9" parent="1" style="rounded=1;whiteSpace=wrap;html=1;fillColor=#fff2cc;strokeColor=#d6b656;" value="kite" vertex="1">
          <mxGeometry height="40" width="80" x="80" y="50" as="geometry" />
        </mxCell>
        <mxCell id="b8iQl_XISdQ6rZ6kNcMQ-10" parent="1" style="rounded=1;whiteSpace=wrap;html=1;fillColor=#fff2cc;strokeColor=#d6b656;" value="firebase" vertex="1">
          <mxGeometry height="40" width="80" x="290" y="60" as="geometry" />
        </mxCell>
      </root>
    </mxGraphModel>
  </diagram>
  <diagram id="4KjMPYYtLXdBkkJX1B08" name="Auth">
    <mxGraphModel dx="1276" dy="835" grid="0" gridSize="10" guides="1" tooltips="1" connect="1" arrows="1" fold="1" page="0" pageScale="1" pageWidth="402" pageHeight="874" math="0" shadow="0">
      <root>
        <mxCell id="0" />
        <mxCell id="1" parent="0" />
        <mxCell id="pPH6oVQiPgVcm9OUePWL-3" edge="1" parent="1" source="pPH6oVQiPgVcm9OUePWL-1" style="edgeStyle=orthogonalEdgeStyle;rounded=0;orthogonalLoop=1;jettySize=auto;html=1;" target="pPH6oVQiPgVcm9OUePWL-2" value="">
          <mxGeometry relative="1" as="geometry" />
        </mxCell>
        <mxCell id="pPH6oVQiPgVcm9OUePWL-1" parent="1" style="rounded=1;whiteSpace=wrap;html=1;" value="User clicks &quot;Login&quot; Button" vertex="1">
          <mxGeometry height="60" width="120" x="23" y="101" as="geometry" />
        </mxCell>
        <mxCell id="pPH6oVQiPgVcm9OUePWL-5" edge="1" parent="1" source="pPH6oVQiPgVcm9OUePWL-2" style="edgeStyle=orthogonalEdgeStyle;rounded=0;orthogonalLoop=1;jettySize=auto;html=1;" target="pPH6oVQiPgVcm9OUePWL-4" value="">
          <mxGeometry relative="1" as="geometry" />
        </mxCell>
        <mxCell id="pPH6oVQiPgVcm9OUePWL-2" parent="1" style="whiteSpace=wrap;html=1;rounded=1;" value="Open the Login URL" vertex="1">
          <mxGeometry height="60" width="120" x="223" y="101" as="geometry" />
        </mxCell>
        <mxCell id="pPH6oVQiPgVcm9OUePWL-7" edge="1" parent="1" source="pPH6oVQiPgVcm9OUePWL-4" style="edgeStyle=orthogonalEdgeStyle;rounded=0;orthogonalLoop=1;jettySize=auto;html=1;" target="pPH6oVQiPgVcm9OUePWL-6" value="">
          <mxGeometry relative="1" as="geometry" />
        </mxCell>
        <mxCell id="pPH6oVQiPgVcm9OUePWL-4" parent="1" style="whiteSpace=wrap;html=1;rounded=1;" value="User logins to Zerodha" vertex="1">
          <mxGeometry height="60" width="120" x="423" y="101" as="geometry" />
        </mxCell>
        <mxCell id="pPH6oVQiPgVcm9OUePWL-9" edge="1" parent="1" source="pPH6oVQiPgVcm9OUePWL-6" style="edgeStyle=orthogonalEdgeStyle;rounded=0;orthogonalLoop=1;jettySize=auto;html=1;" target="pPH6oVQiPgVcm9OUePWL-8" value="">
          <mxGeometry relative="1" as="geometry" />
        </mxCell>
        <mxCell id="pPH6oVQiPgVcm9OUePWL-6" parent="1" style="whiteSpace=wrap;html=1;rounded=1;" value="Redirected to callback URL with request_token&lt;br&gt;&lt;b&gt;http://localhost:3000/api/auth/kite/callback&lt;/b&gt;" vertex="1">
          <mxGeometry height="60" width="262" x="352" y="244" as="geometry" />
        </mxCell>
        <mxCell id="pPH6oVQiPgVcm9OUePWL-13" edge="1" parent="1" source="pPH6oVQiPgVcm9OUePWL-8" style="edgeStyle=orthogonalEdgeStyle;rounded=0;orthogonalLoop=1;jettySize=auto;html=1;" target="pPH6oVQiPgVcm9OUePWL-12" value="">
          <mxGeometry relative="1" as="geometry" />
        </mxCell>
        <mxCell id="pPH6oVQiPgVcm9OUePWL-8" parent="1" style="whiteSpace=wrap;html=1;rounded=1;" value="In loader for this route, generate the session" vertex="1">
          <mxGeometry height="60" width="120" x="17" y="244" as="geometry" />
        </mxCell>
        <mxCell id="pPH6oVQiPgVcm9OUePWL-15" edge="1" parent="1" source="pPH6oVQiPgVcm9OUePWL-12" style="edgeStyle=orthogonalEdgeStyle;rounded=0;orthogonalLoop=1;jettySize=auto;html=1;" target="pPH6oVQiPgVcm9OUePWL-14" value="">
          <mxGeometry relative="1" as="geometry" />
        </mxCell>
        <mxCell id="pPH6oVQiPgVcm9OUePWL-12" parent="1" style="whiteSpace=wrap;html=1;rounded=1;" value="Serialize and save the access token in cookie" vertex="1">
          <mxGeometry height="60" width="120" x="17" y="384" as="geometry" />
        </mxCell>
        <mxCell id="pPH6oVQiPgVcm9OUePWL-17" edge="1" parent="1" source="pPH6oVQiPgVcm9OUePWL-14" style="edgeStyle=orthogonalEdgeStyle;rounded=0;orthogonalLoop=1;jettySize=auto;html=1;" target="pPH6oVQiPgVcm9OUePWL-16" value="">
          <mxGeometry relative="1" as="geometry" />
        </mxCell>
        <mxCell id="pPH6oVQiPgVcm9OUePWL-14" parent="1" style="whiteSpace=wrap;html=1;rounded=1;" value="redirect to /dashboard" vertex="1">
          <mxGeometry height="60" width="120" x="217" y="384" as="geometry" />
        </mxCell>
        <mxCell id="pPH6oVQiPgVcm9OUePWL-19" edge="1" parent="1" source="pPH6oVQiPgVcm9OUePWL-16" style="edgeStyle=orthogonalEdgeStyle;rounded=0;orthogonalLoop=1;jettySize=auto;html=1;" target="pPH6oVQiPgVcm9OUePWL-18" value="">
          <mxGeometry relative="1" as="geometry" />
        </mxCell>
        <mxCell id="pPH6oVQiPgVcm9OUePWL-16" parent="1" style="whiteSpace=wrap;html=1;rounded=1;" value="in dashboard loader, get the access token from the cookie and send it to client" vertex="1">
          <mxGeometry height="60" width="120" x="417" y="384" as="geometry" />
        </mxCell>
        <mxCell id="pPH6oVQiPgVcm9OUePWL-21" edge="1" parent="1" source="pPH6oVQiPgVcm9OUePWL-18" style="edgeStyle=orthogonalEdgeStyle;rounded=0;orthogonalLoop=1;jettySize=auto;html=1;" target="pPH6oVQiPgVcm9OUePWL-20" value="">
          <mxGeometry relative="1" as="geometry" />
        </mxCell>
        <mxCell id="pPH6oVQiPgVcm9OUePWL-18" parent="1" style="whiteSpace=wrap;html=1;rounded=1;" value="front-end creates the kc client with api_key and access_token.&amp;nbsp;&amp;nbsp;" vertex="1">
          <mxGeometry height="60" width="120" x="617" y="384" as="geometry" />
        </mxCell>
        <mxCell id="pPH6oVQiPgVcm9OUePWL-20" parent="1" style="whiteSpace=wrap;html=1;rounded=1;" value="use kc client for calling Kite APIs" vertex="1">
          <mxGeometry height="60" width="120" x="617" y="524" as="geometry" />
        </mxCell>
      </root>
    </mxGraphModel>
  </diagram>
  <diagram name="UI/UX" id="5MV4RERJIjpIYta4IkZD">
    <mxGraphModel dx="3134" dy="2189" grid="0" gridSize="10" guides="1" tooltips="1" connect="1" arrows="1" fold="1" page="0" pageScale="1" pageWidth="402" pageHeight="874" background="#ffffff" math="0" shadow="0">
      <root>
        <mxCell id="0" />
        <mxCell id="1" parent="0" />
        <mxCell id="ExlUUjPYo0Ii6ma58Pc_-14" parent="1" style="rounded=1;whiteSpace=wrap;html=1;" value="" vertex="1">
          <mxGeometry height="321" width="1097" x="-296" y="-20" as="geometry" />
        </mxCell>
        <mxCell id="ExlUUjPYo0Ii6ma58Pc_-13" parent="1" style="rounded=1;whiteSpace=wrap;html=1;" value="" vertex="1">
          <mxGeometry height="321" width="1097" x="-287" y="732" as="geometry" />
        </mxCell>
        <mxCell id="iMmVTYed4h1aN_pzg3ix-1" parent="1" style="text;html=1;whiteSpace=wrap;strokeColor=none;fillColor=none;align=center;verticalAlign=middle;rounded=0;fontStyle=1;fontSize=48;fontColor=light-dark(#7a7978, #ededed);" value="Net Qty." vertex="1">
          <mxGeometry height="59" width="60" x="-120" y="72" as="geometry" />
        </mxCell>
        <mxCell id="iMmVTYed4h1aN_pzg3ix-2" parent="1" style="text;html=1;whiteSpace=wrap;strokeColor=none;fillColor=none;align=center;verticalAlign=middle;rounded=0;fontStyle=1;fontSize=48;fontColor=light-dark(#7a7978, #ededed);" value="AVG. PRICE" vertex="1">
          <mxGeometry height="59" width="60" x="149" y="61" as="geometry" />
        </mxCell>
        <mxCell id="iMmVTYed4h1aN_pzg3ix-3" parent="1" style="text;html=1;whiteSpace=wrap;strokeColor=none;fillColor=none;align=center;verticalAlign=middle;rounded=0;fontStyle=1;fontSize=48;fontColor=light-dark(#7a7978, #ededed);" value="LTP" vertex="1">
          <mxGeometry height="59" width="60" x="418" y="61" as="geometry" />
        </mxCell>
        <mxCell id="iMmVTYed4h1aN_pzg3ix-4" parent="1" style="text;html=1;whiteSpace=wrap;strokeColor=none;fillColor=none;align=center;verticalAlign=middle;rounded=0;fontStyle=1;fontSize=48;fontColor=light-dark(#7a7978, #ededed);" value="PnL" vertex="1">
          <mxGeometry height="59" width="60" x="687" y="61" as="geometry" />
        </mxCell>
        <mxCell id="iMmVTYed4h1aN_pzg3ix-5" parent="1" style="text;html=1;whiteSpace=wrap;strokeColor=none;fillColor=none;align=center;verticalAlign=middle;rounded=0;fontSize=36;fontStyle=1" value="100" vertex="1">
          <mxGeometry height="30" width="60" x="-120" y="211" as="geometry" />
        </mxCell>
        <mxCell id="iMmVTYed4h1aN_pzg3ix-6" parent="1" style="text;html=1;whiteSpace=wrap;strokeColor=none;fillColor=none;align=center;verticalAlign=middle;rounded=0;fontSize=36;fontStyle=1" value="36.40" vertex="1">
          <mxGeometry height="30" width="60" x="149" y="211" as="geometry" />
        </mxCell>
        <mxCell id="iMmVTYed4h1aN_pzg3ix-7" parent="1" style="text;html=1;whiteSpace=wrap;strokeColor=none;fillColor=none;align=center;verticalAlign=middle;rounded=0;fontSize=36;fontStyle=1" value="37.45" vertex="1">
          <mxGeometry height="30" width="60" x="418" y="211" as="geometry" />
        </mxCell>
        <mxCell id="iMmVTYed4h1aN_pzg3ix-8" parent="1" style="text;html=1;whiteSpace=wrap;strokeColor=none;fillColor=none;align=center;verticalAlign=middle;rounded=0;fontSize=36;fontStyle=1" value="100" vertex="1">
          <mxGeometry height="30" width="60" x="687" y="211" as="geometry" />
        </mxCell>
        <mxCell id="7si3vGMUa6yKKs87A3T9-2" edge="1" parent="1" source="7si3vGMUa6yKKs87A3T9-1" style="edgeStyle=orthogonalEdgeStyle;rounded=0;orthogonalLoop=1;jettySize=auto;html=1;exitX=0.5;exitY=0;exitDx=0;exitDy=0;entryX=0;entryY=0.5;entryDx=0;entryDy=0;" target="iMmVTYed4h1aN_pzg3ix-5">
          <mxGeometry relative="1" as="geometry">
            <Array as="points">
              <mxPoint x="-283" y="227" />
              <mxPoint x="-139" y="227" />
            </Array>
            <mxPoint x="-139.09090909090924" y="259.27272727272725" as="targetPoint" />
          </mxGeometry>
        </mxCell>
        <mxCell id="7si3vGMUa6yKKs87A3T9-1" parent="1" style="text;html=1;whiteSpace=wrap;strokeColor=none;fillColor=none;align=center;verticalAlign=middle;rounded=0;fontStyle=1" value="Red color if negative, blue color if positive" vertex="1">
          <mxGeometry height="70" width="129" x="-347" y="453" as="geometry" />
        </mxCell>
        <mxCell id="7si3vGMUa6yKKs87A3T9-4" edge="1" parent="1" source="7si3vGMUa6yKKs87A3T9-3" style="edgeStyle=orthogonalEdgeStyle;rounded=0;orthogonalLoop=1;jettySize=auto;html=1;entryX=0.5;entryY=1;entryDx=0;entryDy=0;" target="iMmVTYed4h1aN_pzg3ix-8">
          <mxGeometry relative="1" as="geometry" />
        </mxCell>
        <mxCell id="7si3vGMUa6yKKs87A3T9-3" parent="1" style="text;html=1;whiteSpace=wrap;strokeColor=none;fillColor=none;align=center;verticalAlign=middle;rounded=0;fontStyle=1" value="Red color if negative, blue color if positive" vertex="1">
          <mxGeometry height="70" width="129" x="681" y="398" as="geometry" />
        </mxCell>
        <mxCell id="7si3vGMUa6yKKs87A3T9-5" parent="1" style="text;html=1;whiteSpace=wrap;strokeColor=none;fillColor=none;align=center;verticalAlign=middle;rounded=0;" value="Will receive the following props:&lt;br&gt;netQuantity: number;&lt;br&gt;&lt;div&gt;averagePrice: number&lt;/div&gt;&lt;div&gt;ltp: number;&lt;/div&gt;" vertex="1">
          <mxGeometry height="101" width="203" x="-25" y="355" as="geometry" />
        </mxCell>
        <mxCell id="7si3vGMUa6yKKs87A3T9-6" parent="1" style="text;html=1;whiteSpace=wrap;strokeColor=none;fillColor=none;align=center;verticalAlign=middle;rounded=0;" value="PnL needs to be calculated by the component" vertex="1">
          <mxGeometry height="101" width="203" x="-21" y="482" as="geometry" />
        </mxCell>
        <mxCell id="7si3vGMUa6yKKs87A3T9-7" parent="1" style="text;html=1;whiteSpace=wrap;strokeColor=none;fillColor=none;align=center;verticalAlign=middle;rounded=0;fontStyle=1;fontSize=48;fontColor=light-dark(#7a7978, #ededed);" value="Net Qty." vertex="1">
          <mxGeometry height="59" width="60" x="-186" y="816" as="geometry" />
        </mxCell>
        <mxCell id="7si3vGMUa6yKKs87A3T9-8" parent="1" style="text;html=1;whiteSpace=wrap;strokeColor=none;fillColor=none;align=center;verticalAlign=middle;rounded=0;fontStyle=1;fontSize=48;fontColor=light-dark(#7a7978, #ededed);" value="AVG. PRICE" vertex="1">
          <mxGeometry height="59" width="60" x="83" y="805" as="geometry" />
        </mxCell>
        <mxCell id="7si3vGMUa6yKKs87A3T9-9" parent="1" style="text;html=1;whiteSpace=wrap;strokeColor=none;fillColor=none;align=center;verticalAlign=middle;rounded=0;fontStyle=1;fontSize=48;fontColor=light-dark(#7a7978, #ededed);" value="LTP" vertex="1">
          <mxGeometry height="59" width="60" x="352" y="805" as="geometry" />
        </mxCell>
        <mxCell id="7si3vGMUa6yKKs87A3T9-10" parent="1" style="text;html=1;whiteSpace=wrap;strokeColor=none;fillColor=none;align=center;verticalAlign=middle;rounded=0;fontStyle=1;fontSize=48;fontColor=light-dark(#7a7978, #ededed);" value="PnL" vertex="1">
          <mxGeometry height="59" width="60" x="621" y="805" as="geometry" />
        </mxCell>
        <mxCell id="7si3vGMUa6yKKs87A3T9-11" parent="1" style="text;html=1;whiteSpace=wrap;strokeColor=none;fillColor=none;align=center;verticalAlign=middle;rounded=0;fontSize=18;fontStyle=1" value="{props.netQuantity}" vertex="1">
          <mxGeometry height="30" width="60" x="-186" y="955" as="geometry" />
        </mxCell>
        <mxCell id="7si3vGMUa6yKKs87A3T9-12" parent="1" style="text;html=1;whiteSpace=wrap;strokeColor=none;fillColor=none;align=center;verticalAlign=middle;rounded=0;fontSize=18;fontStyle=1" value="&lt;div&gt;{props.averagePrice}&lt;/div&gt;" vertex="1">
          <mxGeometry height="30" width="60" x="83" y="955" as="geometry" />
        </mxCell>
        <mxCell id="7si3vGMUa6yKKs87A3T9-13" parent="1" style="text;html=1;whiteSpace=wrap;strokeColor=none;fillColor=none;align=center;verticalAlign=middle;rounded=0;fontSize=18;fontStyle=1" value="{props.ltp}" vertex="1">
          <mxGeometry height="30" width="60" x="352" y="955" as="geometry" />
        </mxCell>
        <mxCell id="7si3vGMUa6yKKs87A3T9-14" parent="1" style="text;html=1;whiteSpace=wrap;strokeColor=none;fillColor=none;align=center;verticalAlign=middle;rounded=0;fontSize=18;fontStyle=1" value="{pnl}" vertex="1">
          <mxGeometry height="30" width="60" x="621" y="955" as="geometry" />
        </mxCell>
        <mxCell id="ExlUUjPYo0Ii6ma58Pc_-1" parent="1" style="rounded=1;whiteSpace=wrap;html=1;" value="" vertex="1">
          <mxGeometry height="321" width="1253" x="-202" y="1234" as="geometry" />
        </mxCell>
        <mxCell id="ExlUUjPYo0Ii6ma58Pc_-2" parent="1" style="text;html=1;whiteSpace=wrap;strokeColor=none;fillColor=none;align=center;verticalAlign=middle;rounded=0;fontStyle=1;fontSize=48;fontColor=light-dark(#7a7978, #ededed);" value="Total Margin" vertex="1">
          <mxGeometry height="59" width="168" x="-154" y="1292" as="geometry" />
        </mxCell>
        <mxCell id="ExlUUjPYo0Ii6ma58Pc_-3" parent="1" style="text;html=1;whiteSpace=wrap;strokeColor=none;fillColor=none;align=center;verticalAlign=middle;rounded=0;fontStyle=1;fontSize=48;fontColor=light-dark(#7a7978, #ededed);" value="Utilized Margin" vertex="1">
          <mxGeometry height="59" width="168" x="330" y="1295" as="geometry" />
        </mxCell>
        <mxCell id="ExlUUjPYo0Ii6ma58Pc_-4" parent="1" style="text;html=1;whiteSpace=wrap;strokeColor=none;fillColor=none;align=center;verticalAlign=middle;rounded=0;fontStyle=1;fontSize=48;fontColor=light-dark(#7a7978, #ededed);" value="Net Margin" vertex="1">
          <mxGeometry height="59" width="168" x="813" y="1289" as="geometry" />
        </mxCell>
        <mxCell id="ExlUUjPYo0Ii6ma58Pc_-5" parent="1" style="text;html=1;whiteSpace=wrap;strokeColor=none;fillColor=none;align=center;verticalAlign=middle;rounded=0;fontSize=42;" value="₹2000" vertex="1">
          <mxGeometry height="30" width="60" x="-100" y="1412" as="geometry" />
        </mxCell>
        <mxCell id="ExlUUjPYo0Ii6ma58Pc_-7" parent="1" style="text;html=1;whiteSpace=wrap;strokeColor=none;fillColor=none;align=center;verticalAlign=middle;rounded=0;fontSize=42;" value="₹200" vertex="1">
          <mxGeometry height="30" width="60" x="384" y="1412" as="geometry" />
        </mxCell>
        <mxCell id="ExlUUjPYo0Ii6ma58Pc_-8" parent="1" style="text;html=1;whiteSpace=wrap;strokeColor=none;fillColor=none;align=center;verticalAlign=middle;rounded=0;fontSize=42;" value="₹1800" vertex="1">
          <mxGeometry height="30" width="60" x="867" y="1412" as="geometry" />
        </mxCell>
        <mxCell id="ExlUUjPYo0Ii6ma58Pc_-9" parent="1" style="html=1;shadow=0;dashed=0;shape=mxgraph.bootstrap.rrect;rSize=5;fillColor=#E9ECEF;strokeColor=none;" value="" vertex="1">
          <mxGeometry height="20" width="800" x="24.5" y="1507" as="geometry" />
        </mxCell>
        <mxCell id="ExlUUjPYo0Ii6ma58Pc_-10" parent="ExlUUjPYo0Ii6ma58Pc_-9" style="html=1;shadow=0;dashed=0;shape=mxgraph.bootstrap.leftButton;rSize=5;fillColor=#1CA5B8;strokeColor=none;resizeHeight=1;" value="" vertex="1">
          <mxGeometry height="20" relative="1" width="250" as="geometry" />
        </mxCell>
        <mxCell id="ExlUUjPYo0Ii6ma58Pc_-11" parent="1" style="text;html=1;whiteSpace=wrap;strokeColor=none;fillColor=none;align=center;verticalAlign=middle;rounded=0;fontSize=24;" value="The max value on the progress bar is the total margin and the filled in part is the utilized margin" vertex="1">
          <mxGeometry height="92" width="269" x="175" y="1620" as="geometry" />
        </mxCell>
        <mxCell id="ExlUUjPYo0Ii6ma58Pc_-12" edge="1" parent="1" source="ExlUUjPYo0Ii6ma58Pc_-11" style="edgeStyle=orthogonalEdgeStyle;rounded=0;orthogonalLoop=1;jettySize=auto;html=1;exitX=0.5;exitY=0;exitDx=0;exitDy=0;entryX=0.412;entryY=0.999;entryDx=0;entryDy=0;entryPerimeter=0;" target="ExlUUjPYo0Ii6ma58Pc_-1">
          <mxGeometry relative="1" as="geometry" />
        </mxCell>
      </root>
    </mxGraphModel>
  </diagram>
  <diagram id="dmkDPsUycKQvBsQ4H3Di" name="Kite-Fly-Ticker-Architecture">
    <mxGraphModel dx="1357" dy="626" grid="0" gridSize="10" guides="1" tooltips="1" connect="1" arrows="1" fold="1" page="0" pageScale="1" pageWidth="402" pageHeight="874" math="0" shadow="0">
      <root>
        <mxCell id="0" />
        <mxCell id="1" parent="0" />
        <mxCell id="FDZGNOtkY16CQce4NqAR-3" edge="1" parent="1" source="FDZGNOtkY16CQce4NqAR-1" style="edgeStyle=orthogonalEdgeStyle;rounded=0;orthogonalLoop=1;jettySize=auto;html=1;" target="FDZGNOtkY16CQce4NqAR-2" value="">
          <mxGeometry relative="1" as="geometry" />
        </mxCell>
        <mxCell id="FDZGNOtkY16CQce4NqAR-1" parent="1" style="rounded=1;whiteSpace=wrap;html=1;" value="Client posts a request - for example:&lt;br&gt;&lt;div&gt;&lt;br&gt;&lt;/div&gt;&lt;br&gt;&lt;div&gt;fetch(&quot;http://localhost:3000/api/ltp&quot;, () =&amp;gt; {&lt;/div&gt;&lt;div&gt;method: &quot;POST&quot;,&lt;/div&gt;&lt;div&gt;body: JSON.stringify({&lt;/div&gt;&lt;div&gt;instrument: &quot;WIPRO&quot;,&lt;br&gt;ltp: 128.10&lt;/div&gt;&lt;div&gt;})&lt;/div&gt;&lt;div&gt;})&lt;br&gt;&lt;br&gt;The call is made from another site - for ex. https://kite.zerodha.com&lt;/div&gt;" vertex="1">
          <mxGeometry height="236" width="345" x="-33" y="45" as="geometry" />
        </mxCell>
        <mxCell id="FDZGNOtkY16CQce4NqAR-5" edge="1" parent="1" source="FDZGNOtkY16CQce4NqAR-2" style="edgeStyle=orthogonalEdgeStyle;rounded=0;orthogonalLoop=1;jettySize=auto;html=1;" target="FDZGNOtkY16CQce4NqAR-4" value="">
          <mxGeometry relative="1" as="geometry" />
        </mxCell>
        <mxCell id="FDZGNOtkY16CQce4NqAR-2" parent="1" style="whiteSpace=wrap;html=1;rounded=1;" value="SERVER" vertex="1">
          <mxGeometry height="60" width="120" x="504.5" y="98.5" as="geometry" />
        </mxCell>
        <mxCell id="FDZGNOtkY16CQce4NqAR-8" edge="1" parent="1" source="FDZGNOtkY16CQce4NqAR-4" style="edgeStyle=orthogonalEdgeStyle;rounded=0;orthogonalLoop=1;jettySize=auto;html=1;exitX=0.75;exitY=1;exitDx=0;exitDy=0;entryX=1;entryY=0.75;entryDx=0;entryDy=0;" target="FDZGNOtkY16CQce4NqAR-6">
          <mxGeometry relative="1" as="geometry" />
        </mxCell>
        <mxCell id="FDZGNOtkY16CQce4NqAR-4" parent="1" style="whiteSpace=wrap;html=1;rounded=1;" value="Websocket" vertex="1">
          <mxGeometry height="60" width="120" x="504.5" y="265" as="geometry" />
        </mxCell>
        <mxCell id="FDZGNOtkY16CQce4NqAR-7" edge="1" parent="1" source="FDZGNOtkY16CQce4NqAR-6" style="edgeStyle=orthogonalEdgeStyle;rounded=0;orthogonalLoop=1;jettySize=auto;html=1;entryX=0.5;entryY=1;entryDx=0;entryDy=0;" target="FDZGNOtkY16CQce4NqAR-4">
          <mxGeometry relative="1" as="geometry" />
        </mxCell>
        <mxCell id="FDZGNOtkY16CQce4NqAR-6" parent="1" style="rounded=1;whiteSpace=wrap;html=1;" value="On another client,&lt;div&gt;new Websocket()&lt;/div&gt;// receive the data which is sent from /api/ltp" vertex="1">
          <mxGeometry height="167" width="345" x="1" y="392" as="geometry" />
        </mxCell>
      </root>
    </mxGraphModel>
  </diagram>
</mxfile>
